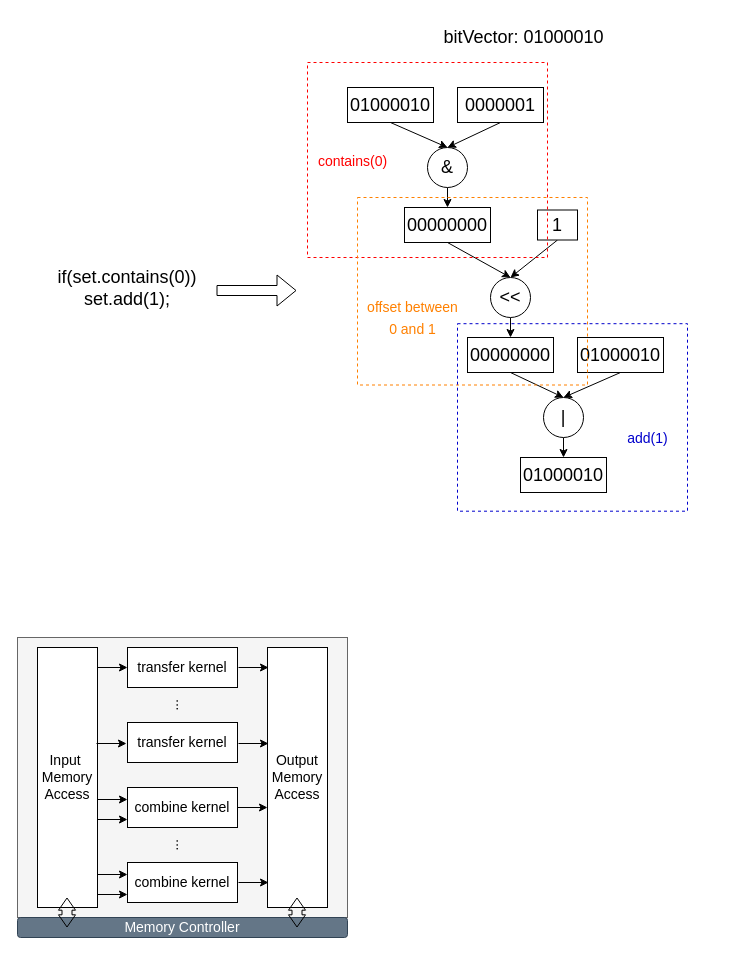
Above: img/未命名绘图.drawio in Coder-Colder/MyPics (draw.io), before the change. Source tidied: cells renumbered, new cells numbered last; positions are measured from the earlier drawing's top-left corner, leaving out a move shared by most shapes. Both pictures are drawn from the tidied source at 100%, with x=0, y=0 at pixel (17, 17).
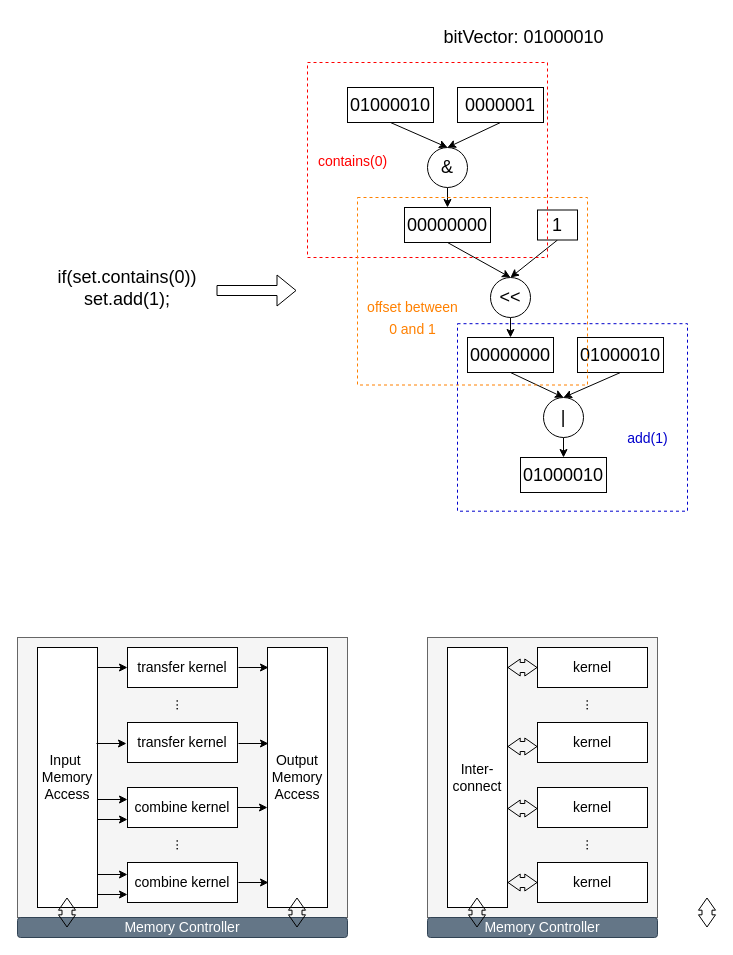
The same diagram, later.

Commit message:
更新未命名绘图.drawio

The edit, as a diff of the source:
```diff
@@
+    <mxCell id="56" style="rounded=0;whiteSpace=wrap;html=1;fillColor=#f5f5f5;fontColor=#333333;strokeColor=#666666;" parent="1" vertex="1">
+      <mxGeometry x="410" y="620" width="230" height="280" as="geometry" />
+    </mxCell>
+    <mxCell id="57" value="&lt;font style=&quot;font-size: 14px;&quot;&gt;kernel&lt;/font&gt;" style="rounded=0;whiteSpace=wrap;html=1;" parent="1" vertex="1">
+      <mxGeometry x="520" y="630" width="110" height="40" as="geometry" />
+    </mxCell>
+    <mxCell id="58" value="&lt;span style=&quot;font-size: 14px;&quot;&gt;kernel&lt;/span&gt;" style="rounded=0;whiteSpace=wrap;html=1;" parent="1" vertex="1">
+      <mxGeometry x="520" y="705" width="110" height="40" as="geometry" />
+    </mxCell>
+    <mxCell id="59" value="..." style="text;html=1;strokeColor=none;fillColor=none;align=center;verticalAlign=middle;whiteSpace=wrap;rounded=0;fontSize=14;rotation=91;" parent="1" vertex="1">
+      <mxGeometry x="557.5" y="670" width="35" height="35" as="geometry" />
+    </mxCell>
+    <mxCell id="60" value="&lt;span style=&quot;font-size: 14px;&quot;&gt;kernel&lt;/span&gt;" style="rounded=0;whiteSpace=wrap;html=1;" parent="1" vertex="1">
+      <mxGeometry x="520" y="770" width="110" height="40" as="geometry" />
+    </mxCell>
+    <mxCell id="61" value="&lt;span style=&quot;font-size: 14px;&quot;&gt;kernel&lt;/span&gt;" style="rounded=0;whiteSpace=wrap;html=1;" parent="1" vertex="1">
+      <mxGeometry x="520" y="845" width="110" height="40" as="geometry" />
+    </mxCell>
+    <mxCell id="62" value="..." style="text;html=1;strokeColor=none;fillColor=none;align=center;verticalAlign=middle;whiteSpace=wrap;rounded=0;fontSize=14;rotation=91;" parent="1" vertex="1">
+      <mxGeometry x="557.5" y="810" width="35" height="35" as="geometry" />
+    </mxCell>
+    <mxCell id="63" value="Inter-connect" style="rounded=0;whiteSpace=wrap;html=1;fontSize=14;" parent="1" vertex="1">
+      <mxGeometry x="430" y="630" width="60" height="260" as="geometry" />
+    </mxCell>
+    <mxCell id="64" value="Memory Controller" style="rounded=1;whiteSpace=wrap;html=1;fontSize=14;fillColor=#647687;fontColor=#ffffff;strokeColor=#314354;" parent="1" vertex="1">
+      <mxGeometry x="410" y="900" width="230" height="20" as="geometry" />
+    </mxCell>
+    <mxCell id="65" style="shape=flexArrow;endArrow=classic;startArrow=classic;html=1;rounded=0;fontSize=14;startWidth=6;startSize=3.73;endWidth=6;endSize=3.73;" parent="1" edge="1">
+      <mxGeometry relative="1" as="geometry">
+        <mxPoint x="459.5" y="910" as="sourcePoint" />
+        <mxPoint x="459.5" y="880" as="targetPoint" />
+      </mxGeometry>
+    </mxCell>
+    <mxCell id="66" style="shape=flexArrow;endArrow=classic;startArrow=classic;html=1;rounded=0;fontSize=14;startWidth=6;startSize=3.73;endWidth=6;endSize=3.73;" parent="1" edge="1">
+      <mxGeometry relative="1" as="geometry">
+        <mxPoint x="689.5" y="910" as="sourcePoint" />
+        <mxPoint x="689.5" y="880" as="targetPoint" />
+      </mxGeometry>
+    </mxCell>
+    <mxCell id="67" style="shape=flexArrow;endArrow=classic;startArrow=classic;html=1;rounded=0;fontSize=14;startWidth=6;startSize=3.73;endWidth=6;endSize=3.73;entryX=0;entryY=0.5;entryDx=0;entryDy=0;" parent="1" edge="1" target="61">
+      <mxGeometry relative="1" as="geometry">
+        <mxPoint x="490" y="865" as="sourcePoint" />
+      </mxGeometry>
+    </mxCell>
+    <mxCell id="68" style="shape=flexArrow;endArrow=classic;startArrow=classic;html=1;rounded=0;fontSize=14;startWidth=6;startSize=3.73;endWidth=6;endSize=3.73;entryX=0;entryY=0.5;entryDx=0;entryDy=0;" parent="1" edge="1">
+      <mxGeometry relative="1" as="geometry">
+        <mxPoint x="490" y="791" as="sourcePoint" />
+        <mxPoint x="520" y="791" as="targetPoint" />
+      </mxGeometry>
+    </mxCell>
+    <mxCell id="69" style="shape=flexArrow;endArrow=classic;startArrow=classic;html=1;rounded=0;fontSize=14;startWidth=6;startSize=3.73;endWidth=6;endSize=3.73;entryX=0;entryY=0.5;entryDx=0;entryDy=0;" parent="1" edge="1">
+      <mxGeometry relative="1" as="geometry">
+        <mxPoint x="490" y="729" as="sourcePoint" />
+        <mxPoint x="520" y="729" as="targetPoint" />
+      </mxGeometry>
+    </mxCell>
+    <mxCell id="70" style="shape=flexArrow;endArrow=classic;startArrow=classic;html=1;rounded=0;fontSize=14;startWidth=6;startSize=3.73;endWidth=6;endSize=3.73;entryX=0;entryY=0.5;entryDx=0;entryDy=0;" parent="1" edge="1">
+      <mxGeometry relative="1" as="geometry">
+        <mxPoint x="490" y="650" as="sourcePoint" />
+        <mxPoint x="520" y="650" as="targetPoint" />
+      </mxGeometry>
+    </mxCell>
```
